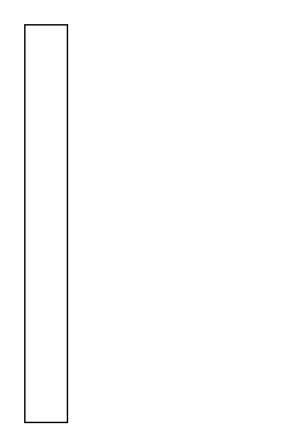
This is ysyx_cpu_icache.drawio from harder-er/ysyx, a draw.io file, before an edit. Source tidied: cells renumbered, new cells numbered last; positions are measured from the earlier drawing's top-left corner, leaving out a move shared by most shapes. Both pictures are drawn from the tidied source at 142%, with x=0, y=0 at pixel (24, 24).
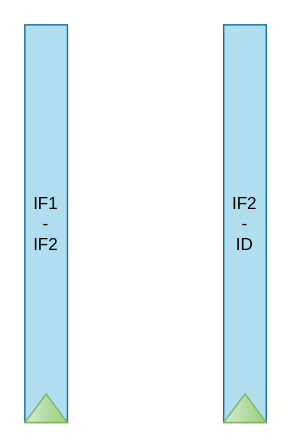
Above is the later version.

What changed in the source:
```diff
@@
 <mxGraphModel>
   <root>
     <mxCell id="0" />
     <mxCell id="1" parent="0" />
-    <mxCell id="2" style="rounded=0;whiteSpace=wrap;html=1;" parent="1" vertex="1">
+    <mxCell id="2" value="IF1&lt;div&gt;-&lt;/div&gt;&lt;div&gt;IF2&lt;/div&gt;" style="rounded=0;whiteSpace=wrap;html=1;fillColor=#b1ddf0;strokeColor=#10739e;" parent="1" vertex="1">
       <mxGeometry width="30" height="280" as="geometry" />
     </mxCell>
+    <mxCell id="3" style="triangle;whiteSpace=wrap;html=1;rotation=-90;fillColor=#d5e8d4;strokeColor=#82b366;gradientColor=#97d077;" parent="1" vertex="1">
+      <mxGeometry x="5" y="255" width="20" height="30" as="geometry" />
+    </mxCell>
+    <mxCell id="4" value="IF2&lt;div&gt;-&lt;/div&gt;&lt;div&gt;ID&lt;/div&gt;" style="rounded=0;whiteSpace=wrap;html=1;fillColor=#b1ddf0;strokeColor=#10739e;" parent="1" vertex="1">
+      <mxGeometry x="140" width="30" height="280" as="geometry" />
+    </mxCell>
+    <mxCell id="5" style="triangle;whiteSpace=wrap;html=1;rotation=-90;fillColor=#d5e8d4;strokeColor=#82b366;gradientColor=#97d077;" parent="1" vertex="1">
+      <mxGeometry x="145" y="255" width="20" height="30" as="geometry" />
+    </mxCell>
   </root>
 </mxGraphModel>
```
